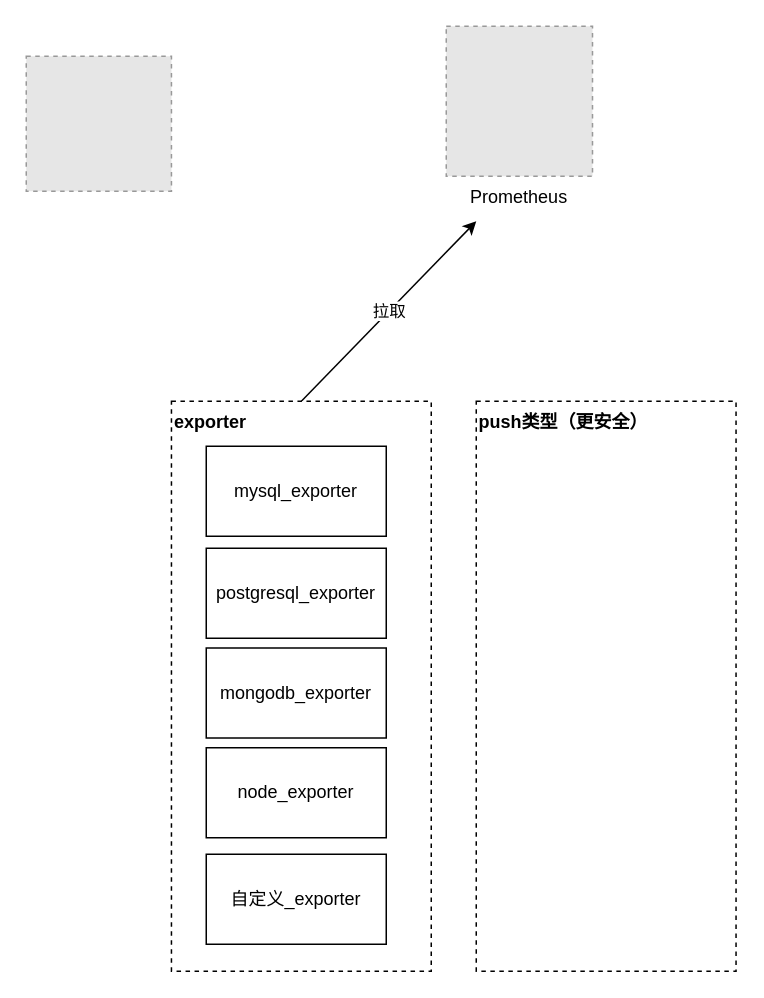
yunets/ml keeps this draw.io diagram as 未命名绘图.drawio. Above is the earlier version. Source tidied: cells renumbered, new cells numbered last; positions are measured from the earlier drawing's top-left corner, leaving out a move shared by most shapes. Both pictures are drawn from the tidied source at 150%, with x=0, y=0 at pixel (26, 26). Pictures stored in the file or linked from it are replaced by grey dashed boxes.
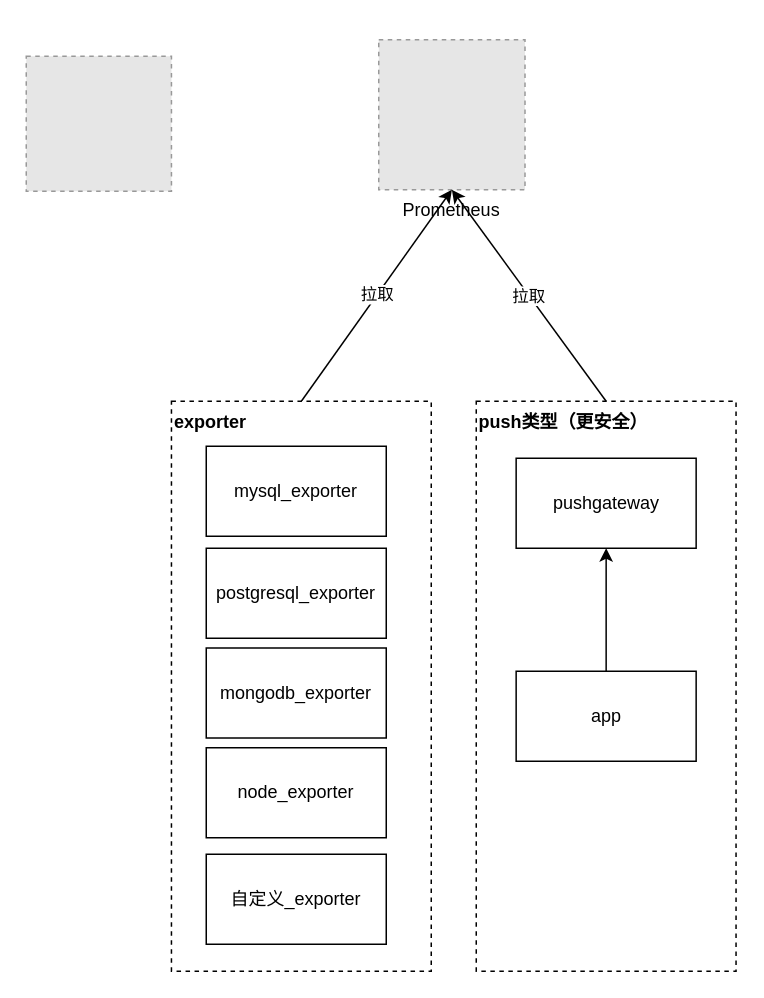
The same diagram, later.

Commit message (it also covers changes not shown here):
更新未命名绘图.drawio

Change to the diagram source:
```diff
@@
 <mxGraphModel>
   <root>
     <mxCell id="0" />
     <mxCell id="1" parent="0" />
     <mxCell id="2" style="fillColor=#E6E6E6;strokeColor=#999999;dashed=1;verticalLabelPosition=bottom;labelBackgroundColor=default;verticalAlign=top;" parent="1" vertex="1">
       <mxGeometry y="20" width="96.8" height="90" as="geometry" />
     </mxCell>
     <mxCell id="3" value="Prometheus" style="fillColor=#E6E6E6;strokeColor=#999999;dashed=1;verticalLabelPosition=bottom;labelBackgroundColor=default;verticalAlign=top;" parent="1" vertex="1">
-      <mxGeometry x="280" width="97.5" height="100" as="geometry" />
+      <mxGeometry x="235" y="9" width="97.5" height="100" as="geometry" />
     </mxCell>
-    <mxCell id="4" value="拉取" style="endArrow=classic;html=1;rounded=0;exitX=0.5;exitY=0;exitDx=0;exitDy=0;" parent="1" edge="1" source="5">
-      <mxGeometry relative="1" as="geometry">
-        <mxPoint x="300" y="130" as="targetPoint" />
-      </mxGeometry>
+    <mxCell id="4" value="拉取" style="endArrow=classic;html=1;rounded=0;exitX=0.5;exitY=0;exitDx=0;exitDy=0;entryX=0.5;entryY=1;entryDx=0;entryDy=0;" parent="1" edge="1" source="5" target="3">
+      <mxGeometry relative="1" as="geometry" />
     </mxCell>
     <mxCell id="5" value="exporter" style="rounded=0;whiteSpace=wrap;html=1;dashed=1;verticalAlign=top;align=left;fontStyle=1;" parent="1" vertex="1">
       <mxGeometry x="96.8" y="250" width="173.2" height="380" as="geometry" />
     </mxCell>
     <mxCell id="6" value="mysql_exporter" style="rounded=0;whiteSpace=wrap;html=1;" parent="1" vertex="1">
       <mxGeometry x="120" y="280" width="120" height="60" as="geometry" />
     </mxCell>
     <mxCell id="7" value="postgresql_exporter" style="rounded=0;whiteSpace=wrap;html=1;" parent="1" vertex="1">
       <mxGeometry x="120" y="348" width="120" height="60" as="geometry" />
     </mxCell>
     <mxCell id="8" value="mongodb_exporter" style="rounded=0;whiteSpace=wrap;html=1;" parent="1" vertex="1">
       <mxGeometry x="120" y="414.5" width="120" height="60" as="geometry" />
     </mxCell>
     <mxCell id="9" value="node_exporter" style="rounded=0;whiteSpace=wrap;html=1;" parent="1" vertex="1">
       <mxGeometry x="120" y="481" width="120" height="60" as="geometry" />
     </mxCell>
     <mxCell id="10" value="自定义_exporter" style="rounded=0;whiteSpace=wrap;html=1;" parent="1" vertex="1">
       <mxGeometry x="120" y="552" width="120" height="60" as="geometry" />
     </mxCell>
     <mxCell id="11" value="push类型（更安全）" style="rounded=0;whiteSpace=wrap;html=1;dashed=1;verticalAlign=top;align=left;fontStyle=1;" parent="1" vertex="1">
       <mxGeometry x="300" y="250" width="173.2" height="380" as="geometry" />
     </mxCell>
+    <mxCell id="12" value="pushgateway" style="rounded=0;whiteSpace=wrap;html=1;" parent="1" vertex="1">
+      <mxGeometry x="326.6" y="288" width="120" height="60" as="geometry" />
+    </mxCell>
+    <mxCell id="13" value="app" style="rounded=0;whiteSpace=wrap;html=1;" parent="1" vertex="1">
+      <mxGeometry x="326.6" y="430" width="120" height="60" as="geometry" />
+    </mxCell>
+    <mxCell id="14" style="endArrow=classic;html=1;rounded=0;exitX=0.5;exitY=0;exitDx=0;exitDy=0;" parent="1" edge="1" source="13" target="12">
+      <mxGeometry relative="1" as="geometry" />
+    </mxCell>
+    <mxCell id="15" value="拉取" style="endArrow=classic;html=1;rounded=0;exitX=0.5;exitY=0;exitDx=0;exitDy=0;entryX=0.5;entryY=1;entryDx=0;entryDy=0;" parent="1" edge="1" source="11" target="3">
+      <mxGeometry relative="1" as="geometry" />
+    </mxCell>
   </root>
 </mxGraphModel>
```
